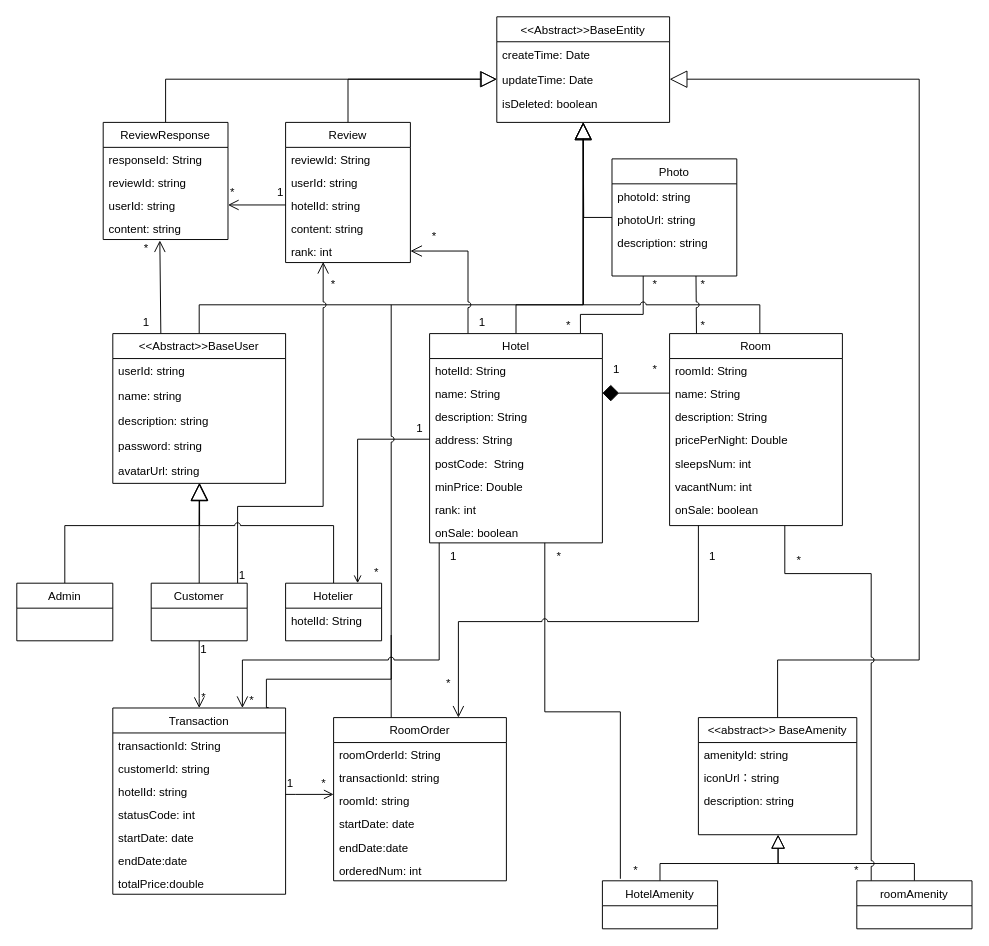
Blackmesa-Canteen/alphecca-boot-ioc-framework keeps this draw.io diagram as docs/part1/domain_model_diagram.drawio. Above is the earlier version. Source tidied: cells renumbered, new cells numbered last; positions are measured from the earlier drawing's top-left corner, leaving out a move shared by most shapes. Both pictures are drawn from the tidied source at 96%, with x=0, y=0 at pixel (16, 16).
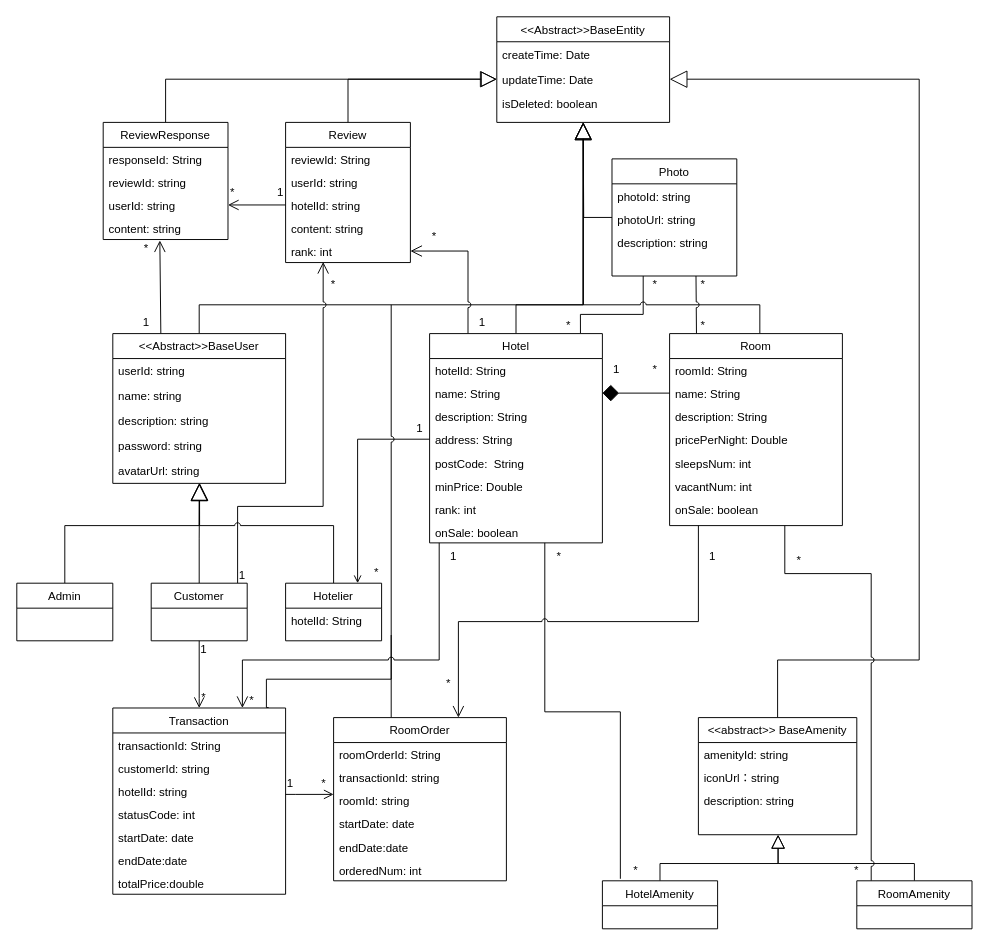
The same page after the edit.

Commit message:
fix an uncapitalized letter

What changed in the source:
```diff
@@
-    <mxCell id="119" value="roomAmenity" style="swimlane;fontStyle=0;align=center;verticalAlign=top;horizontal=1;startSize=26;rounded=0;shadow=0;strokeWidth=1;" parent="1" vertex="1">
+    <mxCell id="119" value="RoomAmenity" style="swimlane;fontStyle=0;align=center;verticalAlign=top;horizontal=1;startSize=26;rounded=0;shadow=0;strokeWidth=1;" parent="1" vertex="1">
       <mxGeometry x="875" y="900" width="120" height="50" as="geometry" />
     </mxCell>
```
